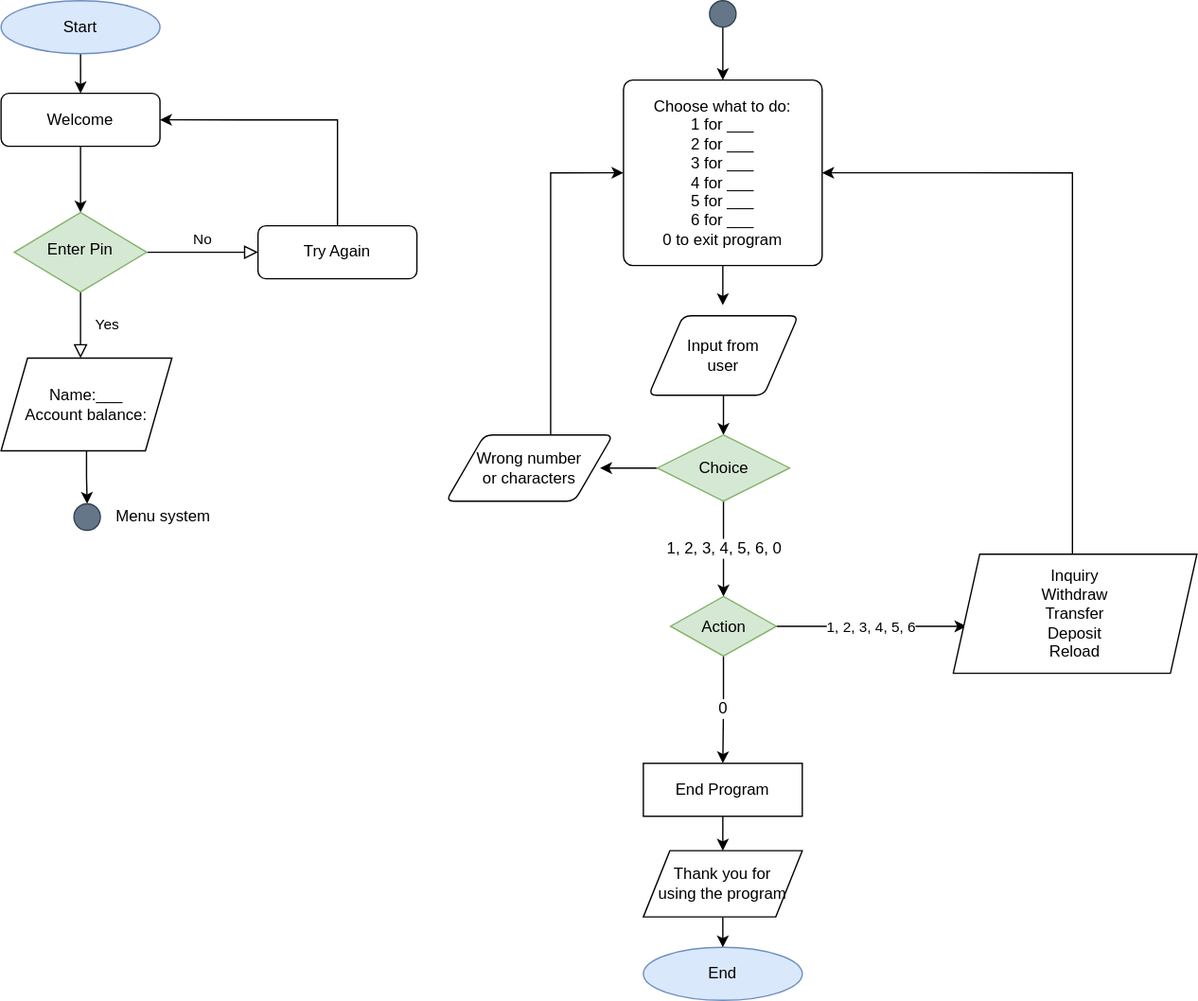
The draw.io diagram Flowchart.drawio.svg in bropenguin847/ATM_CPP, before a commit. Source tidied: cells renumbered, new cells last; positions are measured from the earlier drawing's top-left corner, leaving out a move shared by most shapes.
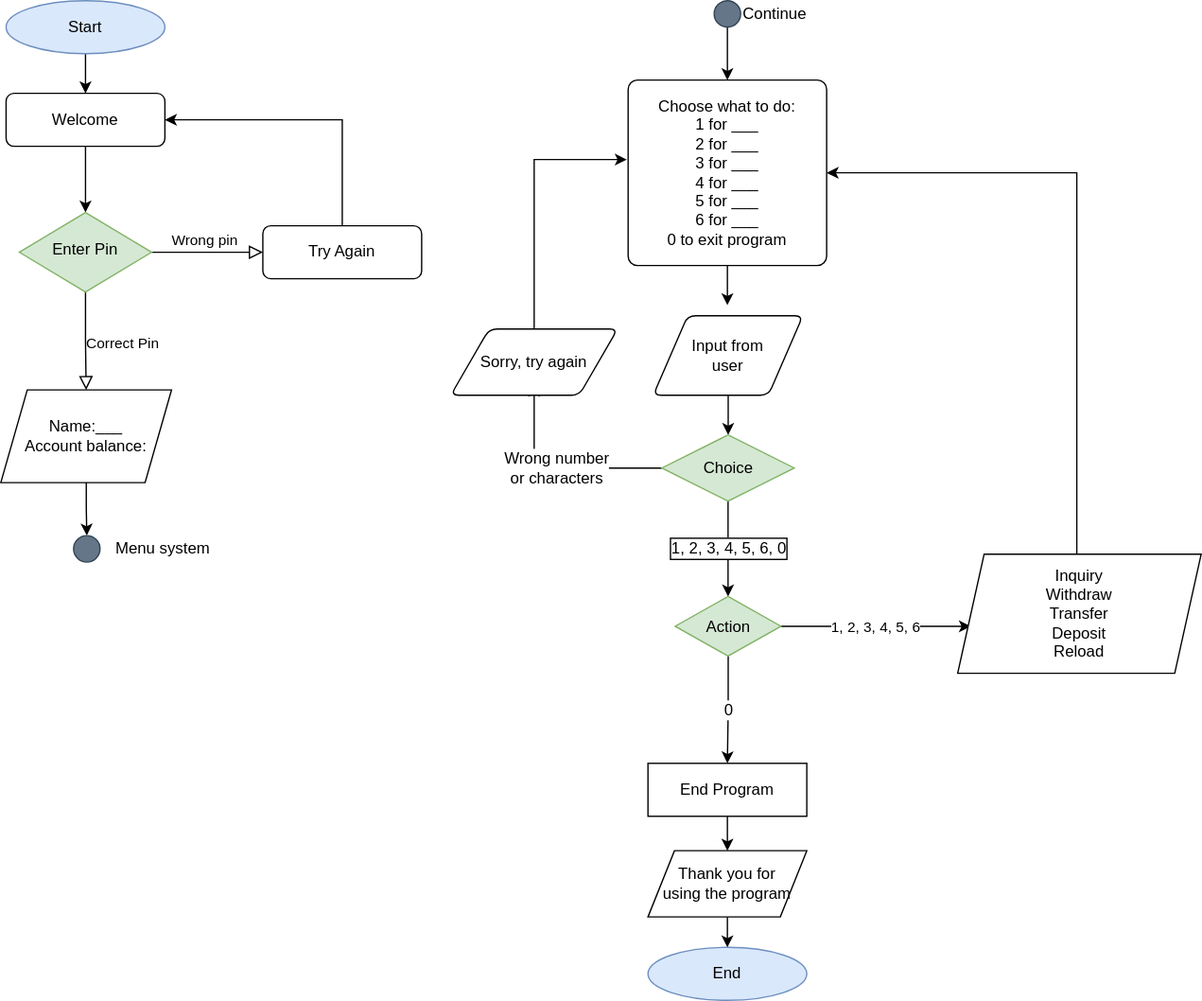
Later version of the same file.

What changed in the source:
```diff
@@ -8,13 +8,11 @@
     <mxCell id="3" value="Welcome" style="rounded=1;whiteSpace=wrap;html=1;fontSize=12;glass=0;strokeWidth=1;shadow=0;" parent="1" vertex="1">
       <mxGeometry y="70" width="120" height="40" as="geometry" />
     </mxCell>
-    <mxCell id="4" value="Yes" style="rounded=0;html=1;jettySize=auto;fontSize=11;endArrow=block;endFill=0;endSize=8;strokeWidth=1;shadow=0;labelBackgroundColor=none;edgeStyle=orthogonalEdgeStyle;" parent="1" edge="1" source="6">
-      <mxGeometry y="20" relative="1" as="geometry">
-        <mxPoint x="60" y="270" as="targetPoint" />
-      </mxGeometry>
+    <mxCell id="4" value="Correct Pin" style="rounded=0;html=1;jettySize=auto;fontSize=11;endArrow=block;endFill=0;endSize=8;strokeWidth=1;shadow=0;labelBackgroundColor=none;edgeStyle=orthogonalEdgeStyle;labelPosition=right;verticalLabelPosition=middle;align=left;verticalAlign=middle;entryX=0.5;entryY=0;entryDx=0;entryDy=0;" parent="1" edge="1" source="6" target="13">
+      <mxGeometry x="0.09" y="-2" relative="1" as="geometry" />
     </mxCell>
-    <mxCell id="5" value="No" style="edgeStyle=orthogonalEdgeStyle;rounded=0;html=1;jettySize=auto;fontSize=11;endArrow=block;endFill=0;endSize=8;strokeWidth=1;shadow=0;labelBackgroundColor=none;" parent="1" edge="1" source="6" target="8">
-      <mxGeometry y="10" relative="1" as="geometry" />
+    <mxCell id="5" value="Wrong pin" style="edgeStyle=orthogonalEdgeStyle;rounded=0;html=1;jettySize=auto;fontSize=11;endArrow=block;endFill=0;endSize=8;strokeWidth=1;shadow=0;labelBackgroundColor=none;labelPosition=center;verticalLabelPosition=top;align=center;verticalAlign=bottom;" parent="1" edge="1" source="6" target="8">
+      <mxGeometry x="-0.07" relative="1" as="geometry" />
     </mxCell>
     <mxCell id="6" value="Enter Pin" style="rhombus;whiteSpace=wrap;html=1;shadow=0;fontFamily=Helvetica;fontSize=12;align=center;strokeWidth=1;spacing=6;spacingTop=-4;fillColor=#d5e8d4;strokeColor=#82b366;" parent="1" vertex="1">
       <mxGeometry x="10" y="160" width="100" height="60" as="geometry" />
@@ -42,7 +40,7 @@
       <mxGeometry relative="1" as="geometry" />
     </mxCell>
     <mxCell id="13" value="Name:___&lt;br&gt;Account balance:" style="shape=parallelogram;perimeter=parallelogramPerimeter;whiteSpace=wrap;html=1;fixedSize=1;" parent="1" vertex="1">
-      <mxGeometry y="270" width="129" height="70" as="geometry" />
+      <mxGeometry x="-4" y="294" width="129" height="70" as="geometry" />
     </mxCell>
     <mxCell id="14" style="edgeStyle=orthogonalEdgeStyle;rounded=0;jettySize=auto;html=1;" parent="1" edge="1" source="15">
       <mxGeometry relative="1" as="geometry">
@@ -53,12 +51,12 @@
       <mxGeometry x="470" y="60" width="150" height="140" as="geometry" />
     </mxCell>
     <mxCell id="16" value="&lt;div style=&quot;&quot;&gt;&lt;span style=&quot;background-color: initial;&quot;&gt;M&lt;font color=&quot;#000000&quot;&gt;Menu system&lt;/font&gt;&lt;/span&gt;&lt;/div&gt;" style="verticalLabelPosition=middle;verticalAlign=middle;html=1;shape=mxgraph.flowchart.on-page_reference;align=left;labelPosition=right;fillColor=#647687;fontColor=#ffffff;strokeColor=#314354;" parent="1" vertex="1">
-      <mxGeometry x="55" y="380" width="20" height="20" as="geometry" />
+      <mxGeometry x="51" y="404" width="20" height="20" as="geometry" />
     </mxCell>
     <mxCell id="17" style="edgeStyle=orthogonalEdgeStyle;rounded=0;jettySize=auto;html=1;" parent="1" edge="1" source="18" target="15">
       <mxGeometry relative="1" as="geometry" />
     </mxCell>
-    <mxCell id="18" value="&lt;div style=&quot;&quot;&gt;&lt;span style=&quot;background-color: initial;&quot;&gt;Menu system&lt;/span&gt;&lt;/div&gt;" style="verticalLabelPosition=middle;verticalAlign=middle;html=1;shape=mxgraph.flowchart.on-page_reference;align=left;labelPosition=right;fillColor=#647687;fontColor=#ffffff;strokeColor=#314354;" parent="1" vertex="1">
+    <mxCell id="18" value="&lt;div style=&quot;&quot;&gt;&lt;span style=&quot;background-color: initial;&quot;&gt;Continue&lt;/span&gt;&lt;/div&gt;" style="verticalLabelPosition=middle;verticalAlign=middle;html=1;shape=mxgraph.flowchart.on-page_reference;align=left;labelPosition=right;fillColor=#647687;fontColor=#000000;strokeColor=#314354;" parent="1" vertex="1">
       <mxGeometry x="535" width="20" height="20" as="geometry" />
     </mxCell>
     <mxCell id="19" style="edgeStyle=orthogonalEdgeStyle;rounded=0;jettySize=auto;html=1;fontFamily=Helvetica;fontSize=12;fontColor=default;" parent="1" edge="1" source="20" target="23">
@@ -67,26 +65,27 @@
     <mxCell id="20" value="Input from&lt;br&gt;user" style="shape=parallelogram;html=1;strokeWidth=1;perimeter=parallelogramPerimeter;whiteSpace=wrap;rounded=1;arcSize=12;size=0.23;" parent="1" vertex="1">
       <mxGeometry x="489" y="238" width="113" height="60" as="geometry" />
     </mxCell>
-    <mxCell id="21" style="edgeStyle=orthogonalEdgeStyle;rounded=0;jettySize=auto;html=1;fontFamily=Helvetica;fontSize=12;fontColor=default;" parent="1" edge="1" source="23">
+    <mxCell id="21" value="Wrong number&lt;br&gt;or characters" style="edgeStyle=orthogonalEdgeStyle;rounded=0;jettySize=auto;html=1;fontFamily=Helvetica;fontSize=12;fontColor=default;" parent="1" edge="1" source="23">
       <mxGeometry relative="1" as="geometry">
-        <mxPoint x="452.3" y="353" as="targetPoint" />
+        <mxPoint x="399" y="290" as="targetPoint" />
       </mxGeometry>
     </mxCell>
-    <mxCell id="22" value="1, 2, 3, 4, 5, 6, 0" style="edgeStyle=orthogonalEdgeStyle;rounded=0;jettySize=auto;html=1;fontFamily=Helvetica;fontSize=12;fontColor=default;" parent="1" edge="1" source="23" target="28">
+    <mxCell id="22" value="1, 2, 3, 4, 5, 6, 0" style="edgeStyle=orthogonalEdgeStyle;rounded=0;jettySize=auto;html=1;fontFamily=Helvetica;fontSize=12;fontColor=default;labelBorderColor=default;" parent="1" edge="1" source="23" target="28">
       <mxGeometry relative="1" as="geometry" />
     </mxCell>
     <mxCell id="23" value="Choice" style="strokeWidth=1;html=1;shape=mxgraph.flowchart.decision;whiteSpace=wrap;fillColor=#d5e8d4;strokeColor=#82b366;" parent="1" vertex="1">
       <mxGeometry x="495.5" y="328" width="100" height="50" as="geometry" />
     </mxCell>
-    <mxCell id="24" style="edgeStyle=orthogonalEdgeStyle;rounded=0;jettySize=auto;html=1;entryX=0;entryY=0.5;entryDx=0;entryDy=0;fontFamily=Helvetica;fontSize=12;fontColor=default;" parent="1" edge="1" source="25" target="15">
-      <mxGeometry relative="1" as="geometry">
-        <Array as="points">
-          <mxPoint x="415" y="130" />
-        </Array>
-      </mxGeometry>
-    </mxCell>
+    <mxCell id="35" style="edgeStyle=orthogonalEdgeStyle;rounded=0;jettySize=auto;html=1;labelBorderColor=default;fontColor=#000000;" parent="1" edge="1" source="25">
+      <mxGeometry relative="1" as="geometry">
+        <mxPoint x="469" y="120" as="targetPoint" />
+        <Array as="points">
+          <mxPoint x="399" y="120" />
+        </Array>
+      </mxGeometry>
+    </mxCell>
-    <mxCell id="25" value="Wrong number&lt;br&gt;or characters" style="shape=parallelogram;html=1;strokeWidth=1;perimeter=parallelogramPerimeter;whiteSpace=wrap;rounded=1;arcSize=12;size=0.23;" parent="1" vertex="1">
-      <mxGeometry x="336" y="328" width="126" height="50" as="geometry" />
+    <mxCell id="25" value="Sorry, try again" style="shape=parallelogram;html=1;strokeWidth=1;perimeter=parallelogramPerimeter;whiteSpace=wrap;rounded=1;arcSize=12;size=0.23;" parent="1" vertex="1">
+      <mxGeometry x="336" y="248" width="126" height="50" as="geometry" />
     </mxCell>
     <mxCell id="26" value="0" style="edgeStyle=orthogonalEdgeStyle;rounded=0;jettySize=auto;html=1;fontFamily=Helvetica;fontSize=12;fontColor=#000000;" parent="1" edge="1" source="28" target="30">
       <mxGeometry relative="1" as="geometry" />
```
